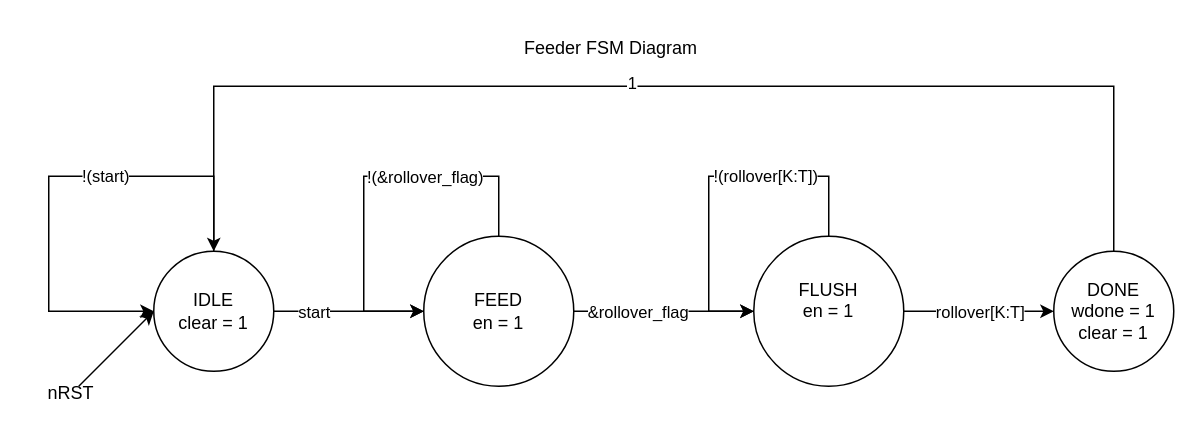
This is page "feeder_fsm" (1 of 9) of diagrams/compute_controller/compute_controller.drawio from Parker-Kemp/SoCET---STARS---Group11, a draw.io file, before an edit. Source tidied: cells renumbered, new cells numbered last; positions are measured from the earlier drawing's top-left corner, leaving out a move shared by most shapes. Both pictures are drawn from the tidied source at 150%, with x=0, y=0 at pixel (26, 26).
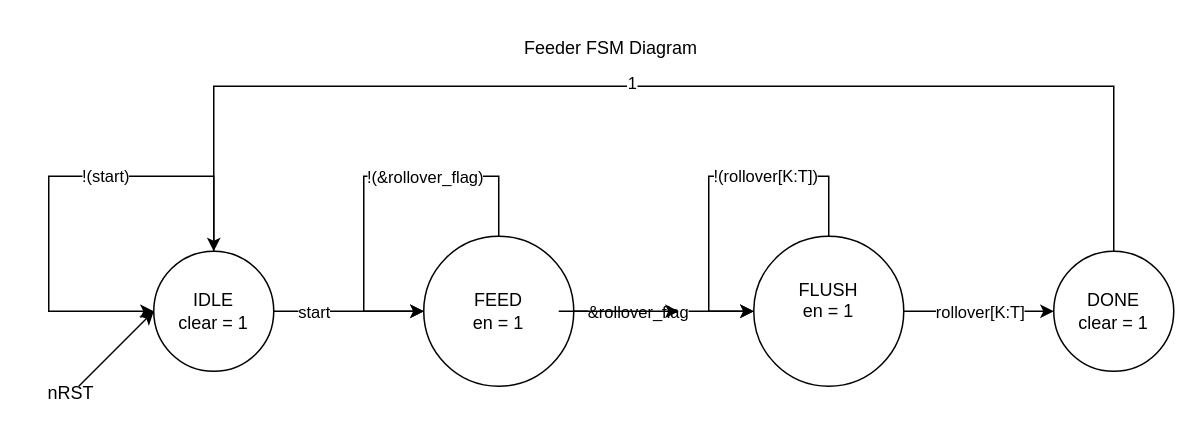
After the change.

The edit, as a diff of the source:
```diff
@@
-    <mxCell id="13" value="DONE&lt;br&gt;wdone = 1&lt;br&gt;clear = 1" style="ellipse;whiteSpace=wrap;html=1;shapeInside=1;" parent="1" vertex="1">
+    <mxCell id="13" value="DONE&lt;br&gt;clear = 1" style="ellipse;whiteSpace=wrap;html=1;shapeInside=1;" parent="1" vertex="1">
       <mxGeometry x="685" y="150" width="80" height="80" as="geometry" />
     </mxCell>
@@
+    <mxCell id="23" style="edgeStyle=none;orthogonalLoop=1;jettySize=auto;html=1;rounded=0;strokeColor=default;align=center;verticalAlign=middle;fontFamily=Helvetica;fontSize=11;fontColor=default;labelBackgroundColor=default;defaultLabelBackgroundColor=page;jumpStyle=arc;endArrow=classic;endFill=1;" parent="1" edge="1">
+      <mxGeometry relative="1" as="geometry">
+        <mxPoint x="355" y="190" as="sourcePoint" />
+        <mxPoint x="435" y="190" as="targetPoint" />
+      </mxGeometry>
+    </mxCell>
```
